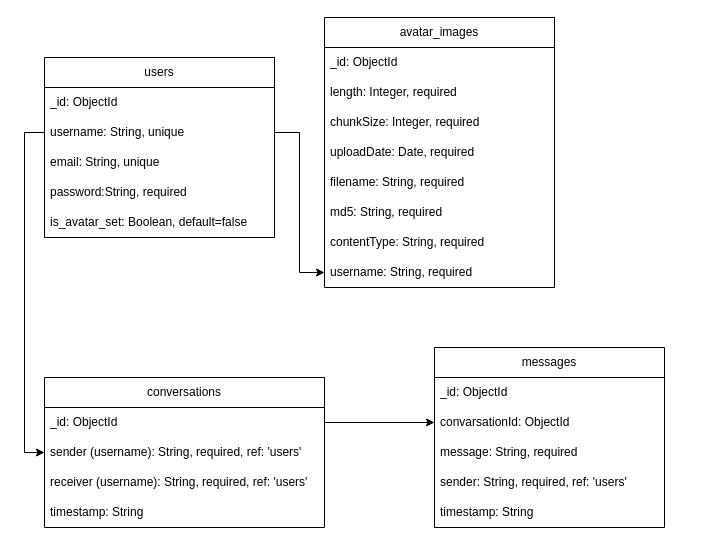
Above: diagrame/database.drawio in Barbarosa10/license-chat-app (draw.io), before the change. Source tidied: cells renumbered, new cells numbered last; positions are measured from the earlier drawing's top-left corner, leaving out a move shared by most shapes. Both pictures are drawn from the tidied source at 100%, with x=0, y=0 at pixel (44, 17).
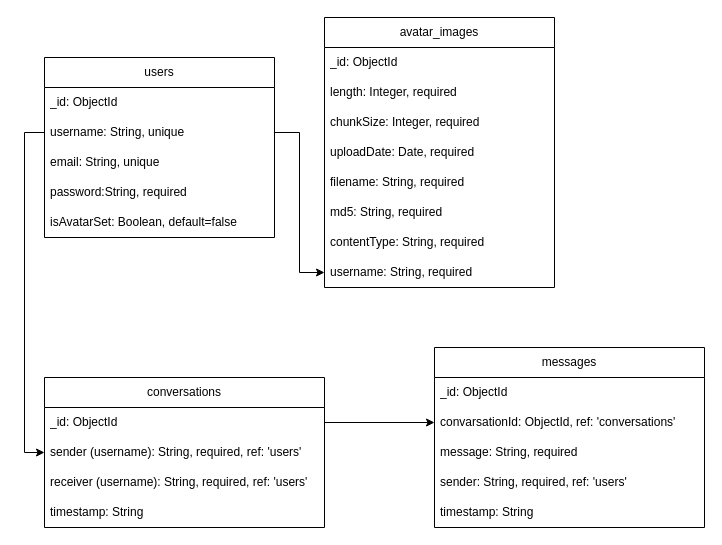
The same diagram, later.

The change refers to these unchanged cells:
```xml
<mxCell id="2" value="users" style="swimlane;fontStyle=0;horizontal=1;startSize=30;whiteSpace=wrap;html=1;" parent="1" vertex="1">
  <mxGeometry y="40" width="230" height="180" as="geometry" />
</mxCell>
```

The edit, as a diff of the source:
```diff
@@
-    <mxCell id="7" value="is_avatar_set: Boolean, default=false" style="text;strokeColor=none;fillColor=none;align=left;verticalAlign=middle;spacingLeft=4;spacingRight=4;overflow=hidden;whiteSpace=wrap;html=1;" parent="2" vertex="1">
+    <mxCell id="7" value="isAvatarSet: Boolean, default=false" style="text;strokeColor=none;fillColor=none;align=left;verticalAlign=middle;spacingLeft=4;spacingRight=4;overflow=hidden;whiteSpace=wrap;html=1;" parent="2" vertex="1">
       <mxGeometry y="150" width="230" height="30" as="geometry" />
     </mxCell>
     <mxCell id="8" value="messages" style="swimlane;fontStyle=0;horizontal=1;startSize=30;whiteSpace=wrap;html=1;" parent="1" vertex="1">
-      <mxGeometry x="390" y="330" width="230" height="180" as="geometry" />
+      <mxGeometry x="390" y="330" width="270" height="180" as="geometry" />
     </mxCell>
     <mxCell id="9" value="_id: ObjectId&amp;nbsp;" style="text;strokeColor=none;fillColor=none;align=left;verticalAlign=middle;spacingLeft=4;spacingRight=4;overflow=hidden;whiteSpace=wrap;html=1;" parent="8" vertex="1">
-      <mxGeometry y="30" width="230" height="30" as="geometry" />
+      <mxGeometry y="30" width="270" height="30" as="geometry" />
     </mxCell>
-    <mxCell id="10" value="convarsationId: ObjectId&amp;nbsp;" style="text;strokeColor=none;fillColor=none;align=left;verticalAlign=middle;spacingLeft=4;spacingRight=4;overflow=hidden;points=[[0,0.5],[1,0.5]];portConstraint=eastwest;whiteSpace=wrap;html=1;" parent="8" vertex="1">
-      <mxGeometry y="60" width="230" height="30" as="geometry" />
+    <mxCell id="10" value="convarsationId: ObjectId, ref: 'conversations'&amp;nbsp;" style="text;strokeColor=none;fillColor=none;align=left;verticalAlign=middle;spacingLeft=4;spacingRight=4;overflow=hidden;points=[[0,0.5],[1,0.5]];portConstraint=eastwest;whiteSpace=wrap;html=1;" parent="8" vertex="1">
+      <mxGeometry y="60" width="270" height="30" as="geometry" />
     </mxCell>
     <mxCell id="11" value="message: String, required" style="text;strokeColor=none;fillColor=none;align=left;verticalAlign=middle;spacingLeft=4;spacingRight=4;overflow=hidden;whiteSpace=wrap;html=1;" parent="8" vertex="1">
-      <mxGeometry y="90" width="230" height="30" as="geometry" />
+      <mxGeometry y="90" width="270" height="30" as="geometry" />
     </mxCell>
     <mxCell id="12" value="sender: String, required, ref: 'users'" style="text;strokeColor=none;fillColor=none;align=left;verticalAlign=middle;spacingLeft=4;spacingRight=4;overflow=hidden;whiteSpace=wrap;html=1;" parent="8" vertex="1">
-      <mxGeometry y="120" width="230" height="30" as="geometry" />
+      <mxGeometry y="120" width="270" height="30" as="geometry" />
     </mxCell>
     <mxCell id="13" value="timestamp: String" style="text;strokeColor=none;fillColor=none;align=left;verticalAlign=middle;spacingLeft=4;spacingRight=4;overflow=hidden;whiteSpace=wrap;html=1;" parent="8" vertex="1">
-      <mxGeometry y="150" width="230" height="30" as="geometry" />
+      <mxGeometry y="150" width="270" height="30" as="geometry" />
     </mxCell>
```
